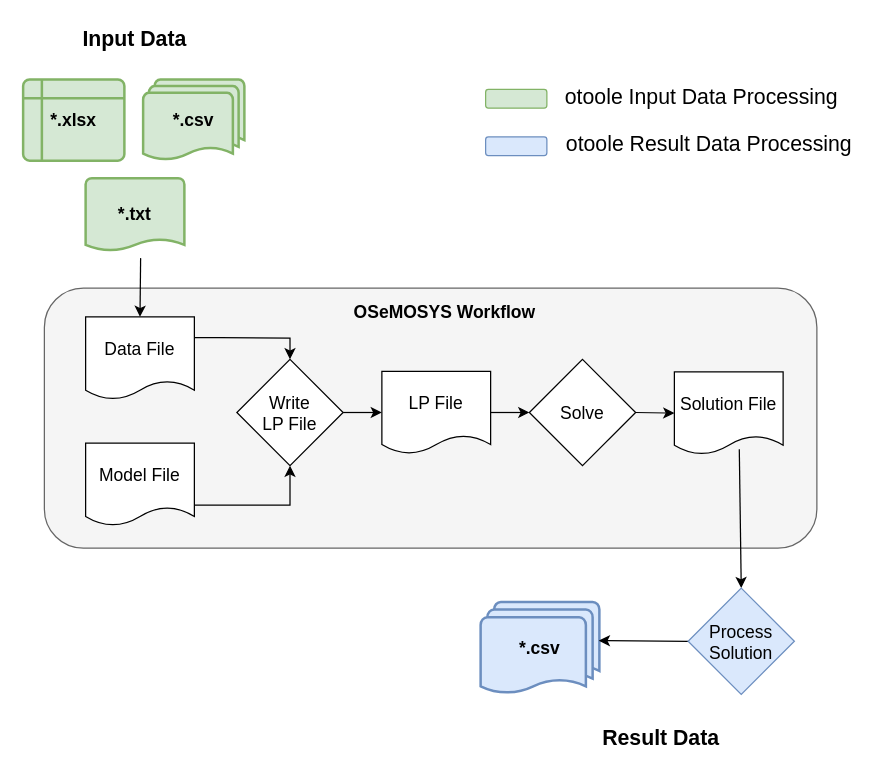
Before: page "Workflow_Figure" (2 of 3) of docs/_static/otoole_figures.drawio in OSeMOSYS/otoole, a draw.io diagram. Source tidied: cells renumbered, new cells numbered last; positions are measured from the earlier drawing's top-left corner, leaving out a move shared by most shapes. Both pictures are drawn from the tidied source at 125%, with x=0, y=0 at pixel (22, 21).
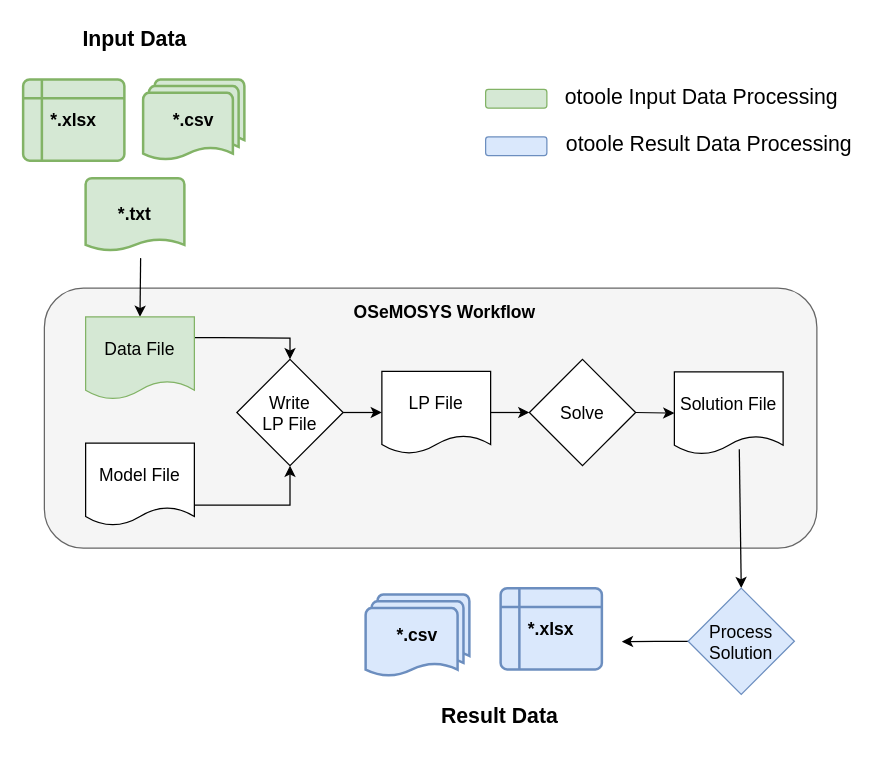
Above is the later version.

Diff of the diagram source:
```diff
@@
-    <mxCell id="5" value="Data File" style="shape=document;whiteSpace=wrap;html=1;boundedLbl=1;rounded=0;strokeWidth=1;fontSize=14;size=0.22204806687565276;" parent="1" vertex="1">
+    <mxCell id="5" value="Data File" style="shape=document;whiteSpace=wrap;html=1;boundedLbl=1;rounded=0;strokeWidth=1;fontSize=14;size=0.22204806687565276;fillColor=#d5e8d4;strokeColor=#82b366;" parent="1" vertex="1">
       <mxGeometry x="50" y="236" width="87" height="66" as="geometry" />
     </mxCell>
@@
     <mxCell id="18" value="*.csv" style="strokeWidth=2;html=1;shape=mxgraph.flowchart.multi-document;whiteSpace=wrap;fontSize=14;fillColor=#dae8fc;strokeColor=#6c8ebf;fontStyle=1;" parent="1" vertex="1">
-      <mxGeometry x="366" y="464" width="95" height="74" as="geometry" />
+      <mxGeometry x="274" y="458" width="83" height="66" as="geometry" />
     </mxCell>
@@
     <mxCell id="21" value="Result Data" style="text;html=1;strokeColor=none;fillColor=none;align=center;verticalAlign=middle;whiteSpace=wrap;rounded=0;fontSize=17;fontStyle=1;" parent="1" vertex="1">
-      <mxGeometry x="429" y="559" width="163" height="30" as="geometry" />
+      <mxGeometry x="300" y="541" width="163" height="30" as="geometry" />
     </mxCell>
-    <mxCell id="22" style="edgeStyle=none;rounded=0;jettySize=auto;html=1;exitX=0;exitY=0.5;exitDx=0;exitDy=0;entryX=0.995;entryY=0.419;entryDx=0;entryDy=0;entryPerimeter=0;strokeWidth=1;fontSize=14;startArrow=none;startFill=0;endArrow=classic;endFill=1;" parent="1" edge="1" source="24" target="18">
-      <mxGeometry relative="1" as="geometry" />
-    </mxCell>
@@
+    <mxCell id="29" style="edgeStyle=orthogonalEdgeStyle;rounded=0;jettySize=auto;html=1;exitX=0;exitY=0.5;exitDx=0;exitDy=0;" parent="1" edge="1" source="24">
+      <mxGeometry relative="1" as="geometry">
+        <mxPoint x="479" y="495.8" as="targetPoint" />
+      </mxGeometry>
+    </mxCell>
-    <mxCell id="24" value="Process Solution" style="rhombus;whiteSpace=wrap;html=1;rounded=0;strokeWidth=1;fontSize=14;fillColor=#dae8fc;strokeColor=#6c8ebf;fontStyle=0;" parent="1" vertex="1">
+    <mxCell id="24" value="Process Solution" style="rhombus;whiteSpace=wrap;html=1;rounded=0;strokeWidth=1;fontSize=14;fontStyle=0;fillColor=#dae8fc;strokeColor=#6c8ebf;" parent="1" vertex="1">
       <mxGeometry x="532" y="453" width="85" height="85" as="geometry" />
     </mxCell>
@@
+    <mxCell id="30" value="*.xlsx" style="shape=internalStorage;whiteSpace=wrap;html=1;dx=15;dy=15;rounded=1;arcSize=8;strokeWidth=2;fontSize=14;fillColor=#dae8fc;strokeColor=#6c8ebf;fontStyle=1;" parent="1" vertex="1">
+      <mxGeometry x="382" y="453" width="81" height="65" as="geometry" />
+    </mxCell>
```
